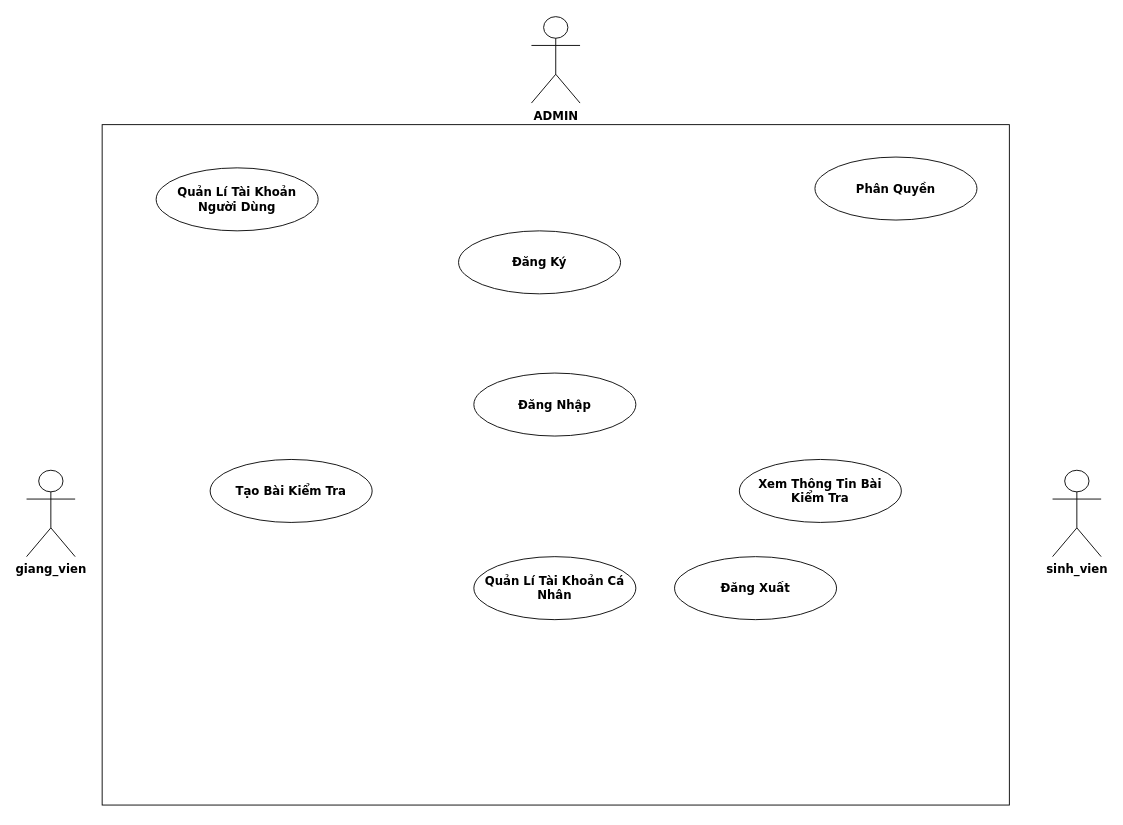
This is page "USECASE" (2 of 2) of CDIO4.drawio from danghoan03/danghoan03, a draw.io file, before an edit. Source tidied: cells renumbered, new cells numbered last; positions are measured from the earlier drawing's top-left corner, leaving out a move shared by most shapes. Both pictures are drawn from the tidied source at 90%, with x=0, y=0 at pixel (26, 16).
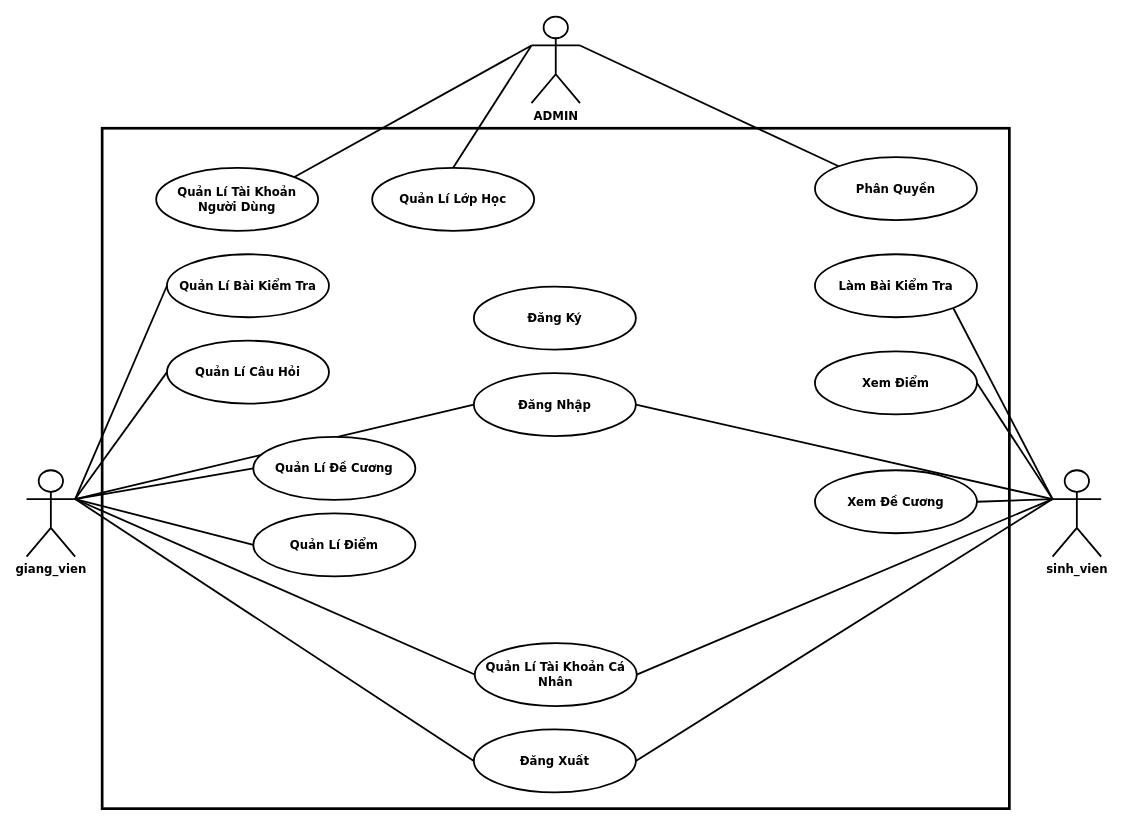
The same page after the edit.

Commit message:
Cập nhật CDIO4.drawio

The edit, as a diff of the source:
```diff
@@
-    <mxCell id="2" style="html=1;whiteSpace=wrap;fontFamily=Verdana;fontSize=13;fontStyle=1;" parent="1" vertex="1">
-      <mxGeometry x="84" y="120" width="1008" height="756" as="geometry" />
+    <mxCell id="2" style="html=1;whiteSpace=wrap;fontFamily=Verdana;fontSize=13;fontStyle=1;strokeWidth=3;" parent="1" vertex="1">
+      <mxGeometry x="84" y="124" width="1008" height="756" as="geometry" />
     </mxCell>
-    <mxCell id="3" value="sinh_vien" style="shape=umlActor;verticalLabelPosition=bottom;verticalAlign=top;html=1;fontFamily=Verdana;fontSize=13;fontStyle=1;" parent="1" vertex="1">
+    <mxCell id="3" value="sinh_vien" style="shape=umlActor;verticalLabelPosition=bottom;verticalAlign=top;html=1;fontFamily=Verdana;fontSize=13;fontStyle=1;strokeWidth=2;" parent="1" vertex="1">
       <mxGeometry x="1140" y="504" width="54" height="96" as="geometry" />
     </mxCell>
-    <mxCell id="4" value="giang_vien" style="shape=umlActor;verticalLabelPosition=bottom;verticalAlign=top;html=1;fontFamily=Verdana;fontSize=13;fontStyle=1;" parent="1" vertex="1">
+    <mxCell id="4" value="giang_vien" style="shape=umlActor;verticalLabelPosition=bottom;verticalAlign=top;html=1;fontFamily=Verdana;fontSize=13;fontStyle=1;gradientColor=none;strokeWidth=2;" parent="1" vertex="1">
       <mxGeometry y="504" width="54" height="96" as="geometry" />
     </mxCell>
-    <mxCell id="5" value="ADMIN" style="shape=umlActor;verticalLabelPosition=bottom;verticalAlign=top;html=1;fontFamily=Verdana;fontSize=13;fontStyle=1;" parent="1" vertex="1">
+    <mxCell id="5" value="ADMIN" style="shape=umlActor;verticalLabelPosition=bottom;verticalAlign=top;html=1;fontFamily=Verdana;fontSize=13;fontStyle=1;strokeWidth=2;" parent="1" vertex="1">
       <mxGeometry x="561" width="54" height="96" as="geometry" />
     </mxCell>
-    <mxCell id="6" value="Đăng Nhập" style="ellipse;whiteSpace=wrap;html=1;fontFamily=Verdana;fontSize=13;fontStyle=1;" parent="1" vertex="1">
+    <mxCell id="6" value="Đăng Nhập" style="ellipse;whiteSpace=wrap;html=1;fontFamily=Verdana;fontSize=13;fontStyle=1;strokeWidth=2;" parent="1" vertex="1">
       <mxGeometry x="497" y="396" width="180" height="70" as="geometry" />
     </mxCell>
-    <mxCell id="7" value="Tạo Bài Kiểm Tra" style="ellipse;whiteSpace=wrap;html=1;fontFamily=Verdana;fontSize=13;fontStyle=1;" parent="1" vertex="1">
-      <mxGeometry x="204" y="492" width="180" height="70" as="geometry" />
+    <mxCell id="7" value="Quản Lí Bài Kiểm Tra" style="ellipse;whiteSpace=wrap;html=1;fontFamily=Verdana;fontSize=13;fontStyle=1;strokeWidth=2;" parent="1" vertex="1">
+      <mxGeometry x="156" y="264" width="180" height="70" as="geometry" />
     </mxCell>
-    <mxCell id="8" value="Xem Thông Tin Bài Kiểm Tra" style="ellipse;whiteSpace=wrap;html=1;fontFamily=Verdana;fontSize=13;fontStyle=1;" parent="1" vertex="1">
-      <mxGeometry x="792" y="492" width="180" height="70" as="geometry" />
+    <mxCell id="8" value="Làm Bài Kiểm Tra" style="ellipse;whiteSpace=wrap;html=1;fontFamily=Verdana;fontSize=13;fontStyle=1;strokeWidth=2;" parent="1" vertex="1">
+      <mxGeometry x="876" y="264" width="180" height="70" as="geometry" />
     </mxCell>
-    <mxCell id="9" value="Quản Lí Tài Khoản Cá Nhân" style="ellipse;whiteSpace=wrap;html=1;fontFamily=Verdana;fontSize=13;fontStyle=1;" parent="1" vertex="1">
-      <mxGeometry x="497" y="600" width="180" height="70" as="geometry" />
+    <mxCell id="9" value="Quản Lí Tài Khoản Cá Nhân" style="ellipse;whiteSpace=wrap;html=1;fontFamily=Verdana;fontSize=13;fontStyle=1;strokeWidth=2;" parent="1" vertex="1">
+      <mxGeometry x="498" y="696" width="180" height="70" as="geometry" />
     </mxCell>
-    <mxCell id="10" value="Quản Lí Tài Khoản Người Dùng" style="ellipse;whiteSpace=wrap;html=1;fontFamily=Verdana;fontSize=13;fontStyle=1;" parent="1" vertex="1">
+    <mxCell id="10" value="Quản Lí Tài Khoản Người Dùng" style="ellipse;whiteSpace=wrap;html=1;fontFamily=Verdana;fontSize=13;fontStyle=1;strokeWidth=2;" parent="1" vertex="1">
       <mxGeometry x="144" y="168" width="180" height="70" as="geometry" />
     </mxCell>
-    <mxCell id="11" value="Phân Quyền" style="ellipse;whiteSpace=wrap;html=1;fontFamily=Verdana;fontSize=13;fontStyle=1;" parent="1" vertex="1">
+    <mxCell id="11" value="Phân Quyền" style="ellipse;whiteSpace=wrap;html=1;fontFamily=Verdana;fontSize=13;fontStyle=1;strokeWidth=2;" parent="1" vertex="1">
       <mxGeometry x="876" y="156" width="180" height="70" as="geometry" />
     </mxCell>
-    <mxCell id="12" value="Đăng Ký" style="ellipse;whiteSpace=wrap;html=1;fontFamily=Verdana;fontSize=13;fontStyle=1;" parent="1" vertex="1">
-      <mxGeometry x="480" y="238" width="180" height="70" as="geometry" />
+    <mxCell id="12" value="Đăng Ký" style="ellipse;whiteSpace=wrap;html=1;fontFamily=Verdana;fontSize=13;fontStyle=1;strokeWidth=2;" parent="1" vertex="1">
+      <mxGeometry x="497" y="300" width="180" height="70" as="geometry" />
     </mxCell>
-    <mxCell id="13" value="Đăng Xuất" style="ellipse;whiteSpace=wrap;html=1;fontFamily=Verdana;fontSize=13;fontStyle=1;" parent="1" vertex="1">
-      <mxGeometry x="720" y="600" width="180" height="70" as="geometry" />
+    <mxCell id="13" value="Đăng Xuất" style="ellipse;whiteSpace=wrap;html=1;fontFamily=Verdana;fontSize=13;fontStyle=1;strokeWidth=2;" parent="1" vertex="1">
+      <mxGeometry x="497" y="792" width="180" height="70" as="geometry" />
     </mxCell>
+    <mxCell id="14" style="endArrow=none;html=1;rounded=0;exitX=1;exitY=0.3333333333333333;exitDx=0;exitDy=0;exitPerimeter=0;entryX=0;entryY=0.5;entryDx=0;entryDy=0;strokeWidth=2;" parent="1" edge="1" source="4" target="6">
+      <mxGeometry relative="1" as="geometry" />
+    </mxCell>
+    <mxCell id="15" style="endArrow=none;html=1;rounded=0;exitX=0;exitY=0.3333333333333333;exitDx=0;exitDy=0;exitPerimeter=0;entryX=1;entryY=0.5;entryDx=0;entryDy=0;strokeWidth=2;" parent="1" edge="1" source="3" target="6">
+      <mxGeometry relative="1" as="geometry" />
+    </mxCell>
+    <mxCell id="16" style="endArrow=none;html=1;rounded=0;exitX=1;exitY=0.3333333333333333;exitDx=0;exitDy=0;exitPerimeter=0;entryX=0;entryY=0.5;entryDx=0;entryDy=0;strokeWidth=2;" parent="1" edge="1" source="4" target="13">
+      <mxGeometry relative="1" as="geometry" />
+    </mxCell>
+    <mxCell id="17" style="endArrow=none;html=1;rounded=0;exitX=1;exitY=0.5;exitDx=0;exitDy=0;strokeWidth=2;entryX=0;entryY=0.3333333333333333;entryDx=0;entryDy=0;entryPerimeter=0;" parent="1" edge="1" source="13" target="3">
+      <mxGeometry relative="1" as="geometry" />
+    </mxCell>
+    <mxCell id="18" style="endArrow=none;html=1;rounded=0;entryX=0;entryY=0.5;entryDx=0;entryDy=0;strokeWidth=2;fontStyle=1;exitX=1;exitY=0.3333333333333333;exitDx=0;exitDy=0;exitPerimeter=0;" parent="1" edge="1" source="4" target="9">
+      <mxGeometry relative="1" as="geometry" />
+    </mxCell>
+    <mxCell id="19" style="endArrow=none;html=1;rounded=0;entryX=0;entryY=0.3333333333333333;entryDx=0;entryDy=0;strokeWidth=2;fontStyle=1;exitX=1;exitY=0.5;exitDx=0;exitDy=0;entryPerimeter=0;" parent="1" edge="1" source="9" target="3">
+      <mxGeometry relative="1" as="geometry" />
+    </mxCell>
+    <mxCell id="20" style="endArrow=none;html=1;rounded=0;exitX=1;exitY=0;exitDx=0;exitDy=0;entryX=0;entryY=0.3333333333333333;entryDx=0;entryDy=0;strokeWidth=2;entryPerimeter=0;" parent="1" edge="1" source="10" target="5">
+      <mxGeometry relative="1" as="geometry" />
+    </mxCell>
+    <mxCell id="21" style="endArrow=none;html=1;rounded=0;exitX=0;exitY=0;exitDx=0;exitDy=0;entryX=1;entryY=0.3333333333333333;entryDx=0;entryDy=0;strokeWidth=2;entryPerimeter=0;" parent="1" edge="1" source="11" target="5">
+      <mxGeometry relative="1" as="geometry" />
+    </mxCell>
+    <mxCell id="22" style="endArrow=none;html=1;rounded=0;exitX=1;exitY=0.3333333333333333;exitDx=0;exitDy=0;exitPerimeter=0;entryX=0;entryY=0.5;entryDx=0;entryDy=0;strokeWidth=2;" parent="1" edge="1" source="4" target="7">
+      <mxGeometry relative="1" as="geometry" />
+    </mxCell>
+    <mxCell id="23" style="endArrow=none;html=1;rounded=0;entryX=1;entryY=1;entryDx=0;entryDy=0;strokeWidth=2;exitX=0;exitY=0.3333333333333333;exitDx=0;exitDy=0;exitPerimeter=0;" parent="1" edge="1" source="3" target="8">
+      <mxGeometry relative="1" as="geometry" />
+    </mxCell>
+    <mxCell id="24" value="Quản Lí Điểm" style="ellipse;whiteSpace=wrap;html=1;fontFamily=Verdana;fontSize=13;fontStyle=1;strokeWidth=2;" parent="1" vertex="1">
+      <mxGeometry x="252" y="552" width="180" height="70" as="geometry" />
+    </mxCell>
+    <mxCell id="25" style="endArrow=none;html=1;rounded=0;exitX=1;exitY=0.3333333333333333;exitDx=0;exitDy=0;exitPerimeter=0;entryX=0;entryY=0.5;entryDx=0;entryDy=0;strokeWidth=2;" parent="1" edge="1" source="4" target="24">
+      <mxGeometry relative="1" as="geometry" />
+    </mxCell>
+    <mxCell id="26" value="Quản Lí Câu Hỏi" style="ellipse;whiteSpace=wrap;html=1;fontFamily=Verdana;fontSize=13;fontStyle=1;strokeWidth=2;" parent="1" vertex="1">
+      <mxGeometry x="156" y="360" width="180" height="70" as="geometry" />
+    </mxCell>
+    <mxCell id="27" value="Quản Lí Đề Cương" style="ellipse;whiteSpace=wrap;html=1;fontFamily=Verdana;fontSize=13;fontStyle=1;strokeWidth=2;" parent="1" vertex="1">
+      <mxGeometry x="252" y="467" width="180" height="70" as="geometry" />
+    </mxCell>
+    <mxCell id="28" style="endArrow=none;html=1;rounded=0;exitX=1;exitY=0.3333333333333333;exitDx=0;exitDy=0;exitPerimeter=0;entryX=0;entryY=0.5;entryDx=0;entryDy=0;strokeWidth=2;" parent="1" edge="1" source="4" target="27">
+      <mxGeometry relative="1" as="geometry" />
+    </mxCell>
+    <mxCell id="29" value="Quản Lí Lớp Học" style="ellipse;whiteSpace=wrap;html=1;fontFamily=Verdana;fontSize=13;fontStyle=1;strokeWidth=2;" parent="1" vertex="1">
+      <mxGeometry x="384" y="168" width="180" height="70" as="geometry" />
+    </mxCell>
+    <mxCell id="30" style="endArrow=none;html=1;rounded=0;exitX=0.5;exitY=0;exitDx=0;exitDy=0;entryX=0;entryY=0.3333333333333333;entryDx=0;entryDy=0;strokeWidth=2;entryPerimeter=0;" parent="1" edge="1" source="29" target="5">
+      <mxGeometry relative="1" as="geometry" />
+    </mxCell>
+    <mxCell id="31" style="endArrow=none;html=1;rounded=0;exitX=1;exitY=0.3333333333333333;exitDx=0;exitDy=0;exitPerimeter=0;entryX=0;entryY=0.5;entryDx=0;entryDy=0;strokeWidth=2;" parent="1" edge="1" source="4" target="26">
+      <mxGeometry relative="1" as="geometry" />
+    </mxCell>
+    <mxCell id="32" value="Xem Điểm" style="ellipse;whiteSpace=wrap;html=1;fontFamily=Verdana;fontSize=13;fontStyle=1;strokeWidth=2;" parent="1" vertex="1">
+      <mxGeometry x="876" y="372" width="180" height="70" as="geometry" />
+    </mxCell>
+    <mxCell id="33" style="endArrow=none;html=1;rounded=0;entryX=1;entryY=0.5;entryDx=0;entryDy=0;strokeWidth=2;exitX=0;exitY=0.3333333333333333;exitDx=0;exitDy=0;exitPerimeter=0;" parent="1" edge="1" source="3" target="32">
+      <mxGeometry relative="1" as="geometry" />
+    </mxCell>
+    <mxCell id="34" value="Xem Đề Cương" style="ellipse;whiteSpace=wrap;html=1;fontFamily=Verdana;fontSize=13;fontStyle=1;strokeWidth=2;" parent="1" vertex="1">
+      <mxGeometry x="876" y="504" width="180" height="70" as="geometry" />
+    </mxCell>
+    <mxCell id="35" style="endArrow=none;html=1;rounded=0;entryX=1;entryY=0.5;entryDx=0;entryDy=0;strokeWidth=2;exitX=0;exitY=0.3333333333333333;exitDx=0;exitDy=0;exitPerimeter=0;" parent="1" edge="1" source="3" target="34">
+      <mxGeometry relative="1" as="geometry" />
+    </mxCell>
```
